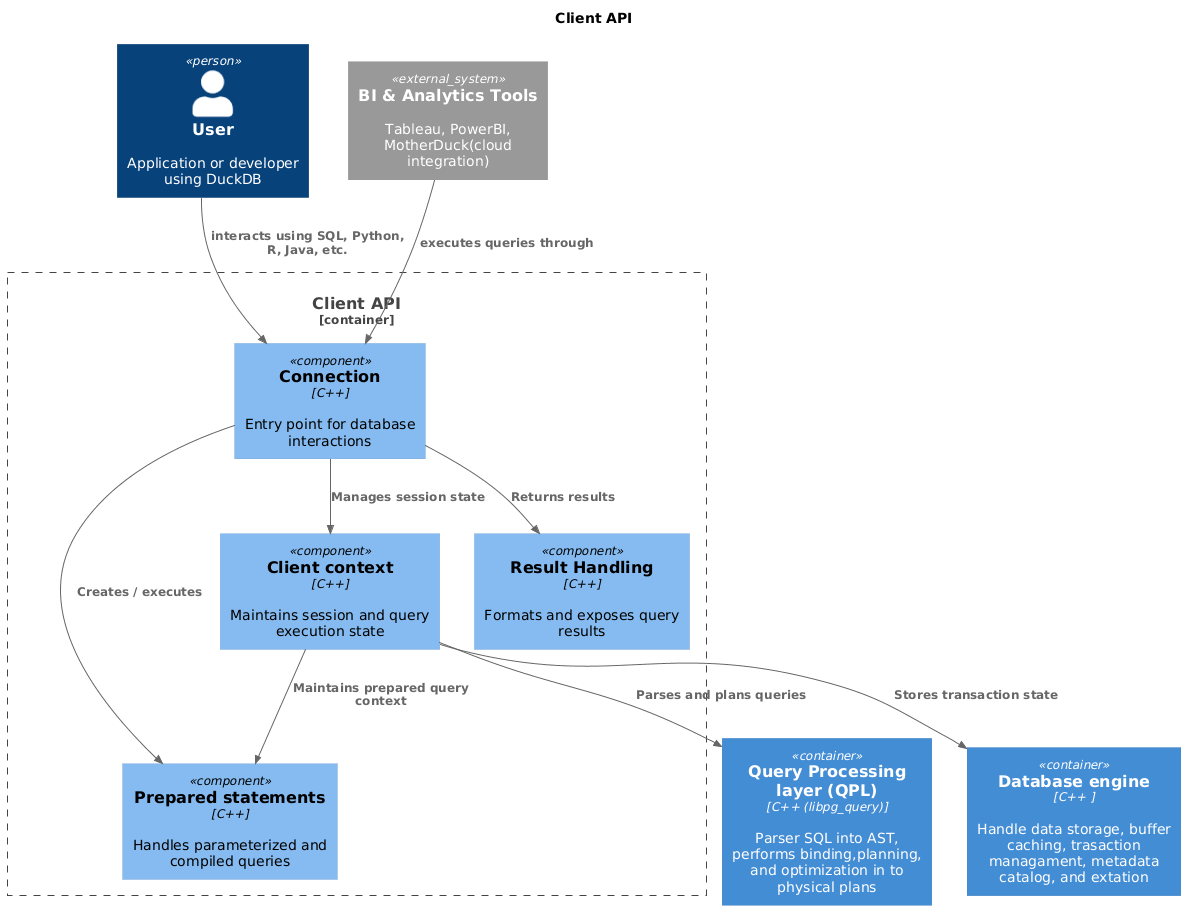
This is reports/img/c4/level3/clientApi.png from team-14-sda/project, a PlantUML export, as it was before one commit.
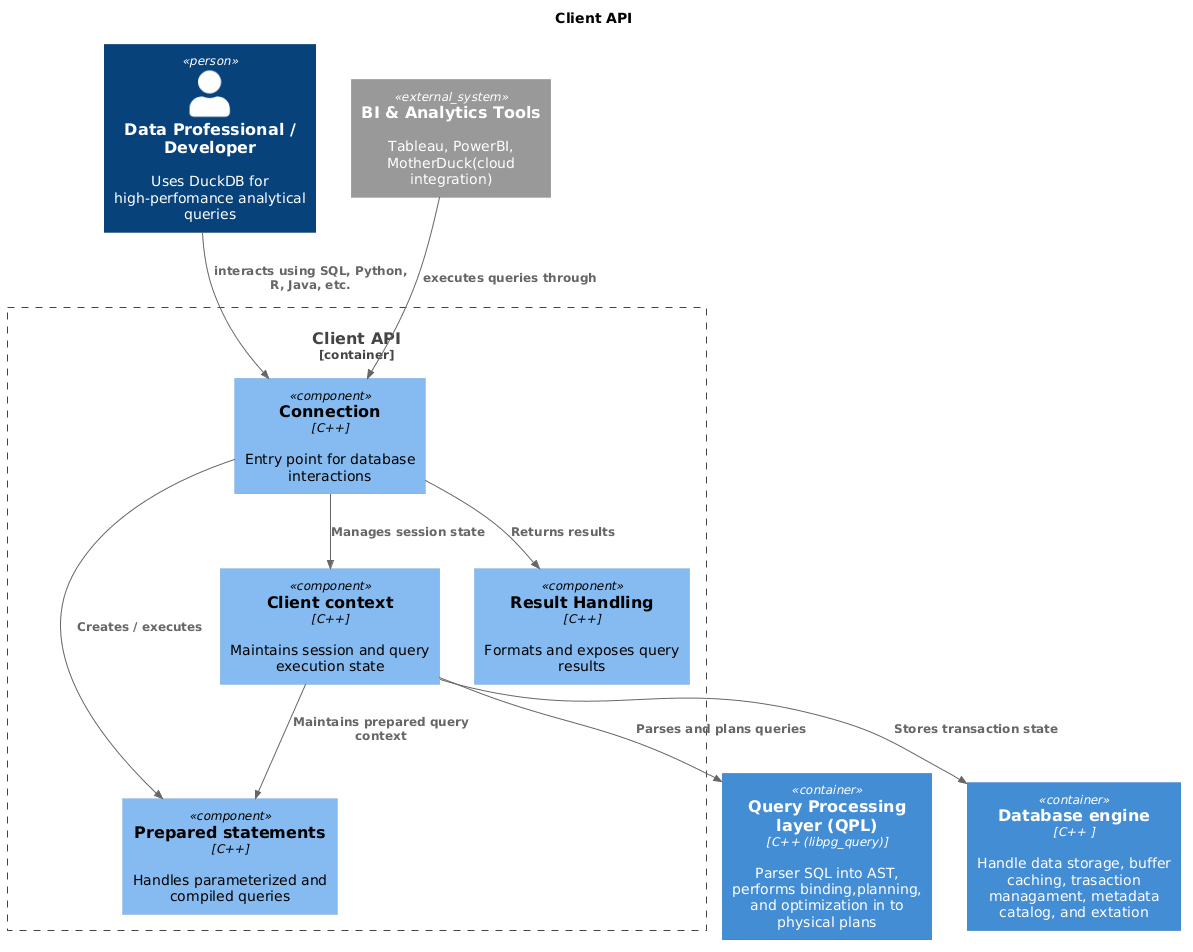
After the change.

Change to the diagram source:
```diff
@@ -3,7 +3,7 @@
 
 title Client API
 
-Person(user, "User", "Application or developer using DuckDB")
+Person(user, "Data Professional / Developer", "Uses DuckDB for high-perfomance analytical queries")
 
 
 Container_Boundary(clientApiBoundary, "Client API") {
```
